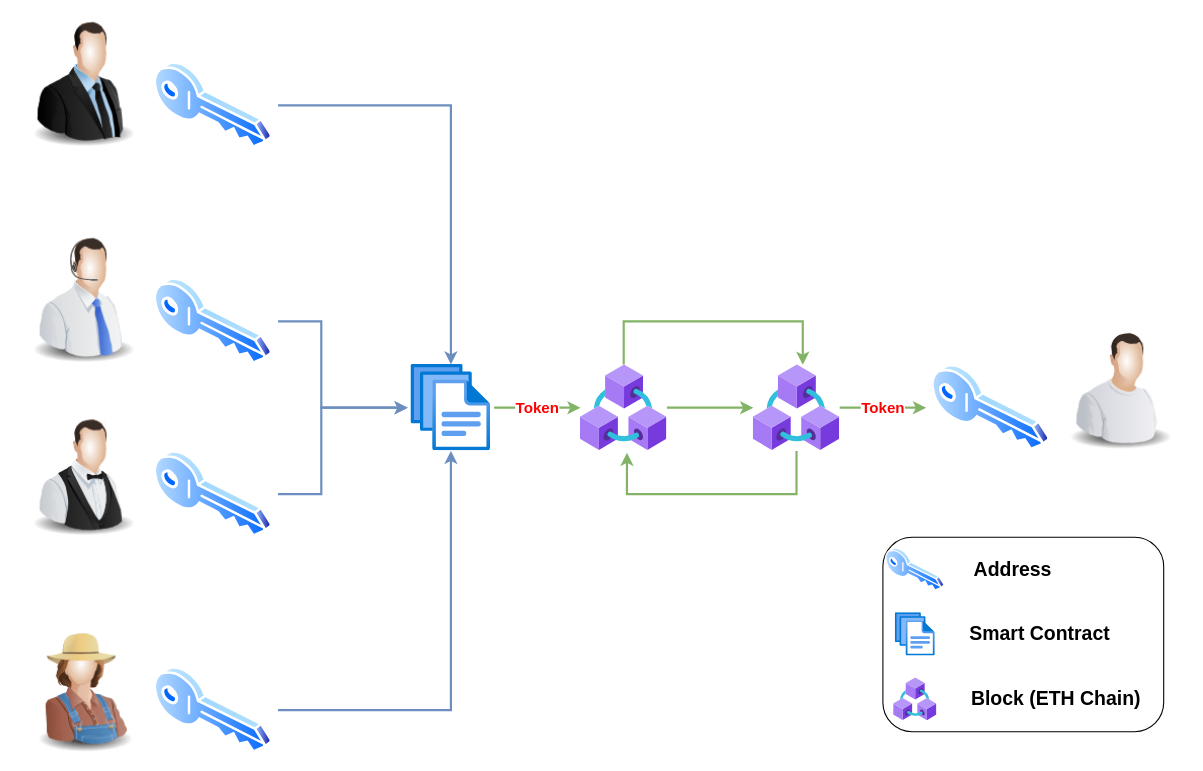
hanggaa/Diagram keeps this draw.io diagram as page "Safe Architecture" (1 of 3) of Unique/Paper Safe Wallet.drawio. Above is the earlier version. Source tidied: cells renumbered, new cells numbered last; positions are measured from the earlier drawing's top-left corner, leaving out a move shared by most shapes. Both pictures are drawn from the tidied source at 108%, with x=0, y=0 at pixel (18, 18).
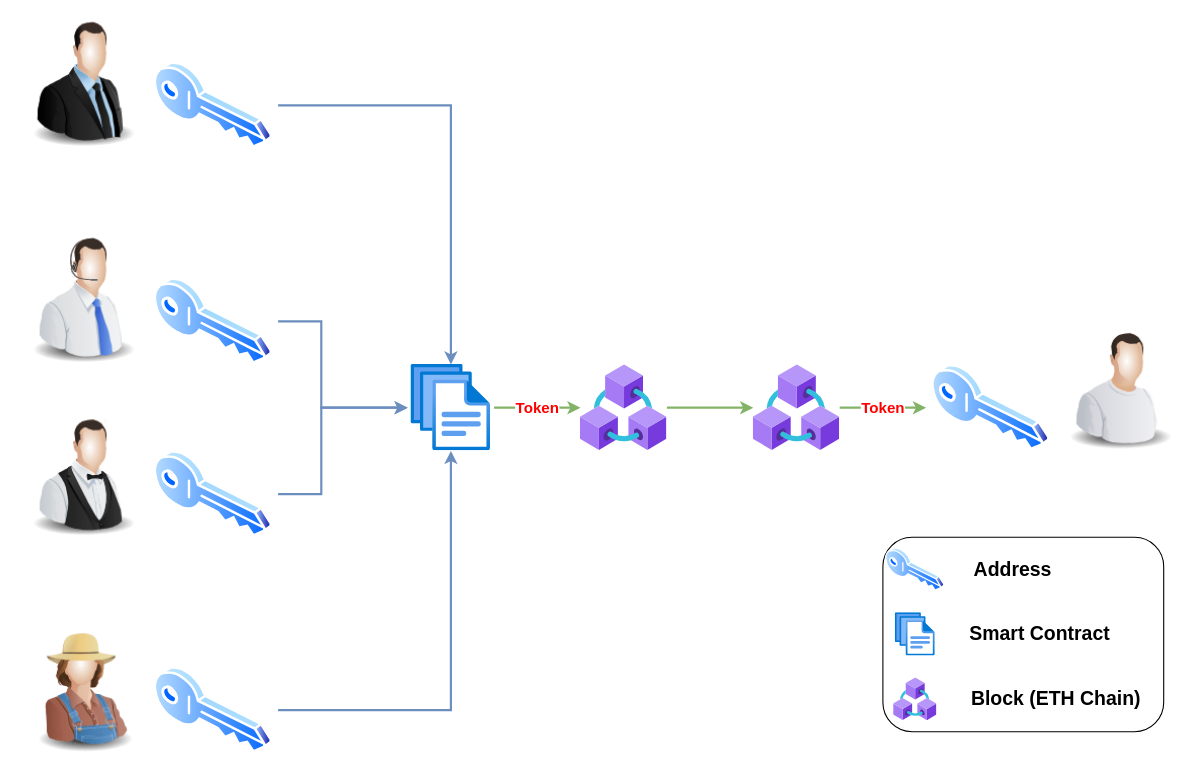
After the change.

The change refers to these unchanged cells:
```xml
<mxCell id="17" style="image;html=1;points=[];align=center;fontSize=12;image=img/lib/azure2/blockchain/Azure_Blockchain_Service.svg;" parent="1" vertex="1">
  <mxGeometry x="520" y="320" width="80" height="80" as="geometry" />
</mxCell>
<mxCell id="20" style="image;html=1;points=[];align=center;fontSize=12;image=img/lib/azure2/blockchain/Azure_Blockchain_Service.svg;" parent="1" vertex="1">
  <mxGeometry x="680" y="320" width="80" height="80" as="geometry" />
</mxCell>
```

The edit, as a diff of the source:
```diff
@@
-    <mxCell id="16" style="edgeStyle=orthogonalEdgeStyle;rounded=0;jettySize=auto;html=1;entryX=0.573;entryY=0.004;entryDx=0;entryDy=0;entryPerimeter=0;strokeWidth=2;fillColor=#d5e8d4;strokeColor=#82b366;" parent="1" edge="1" source="17" target="20">
-      <mxGeometry relative="1" as="geometry">
-        <Array as="points">
-          <mxPoint x="560" y="280" />
-          <mxPoint x="726" y="280" />
-        </Array>
-      </mxGeometry>
-    </mxCell>
@@
-    <mxCell id="18" style="edgeStyle=orthogonalEdgeStyle;rounded=0;jettySize=auto;html=1;entryX=0.538;entryY=1.021;entryDx=0;entryDy=0;entryPerimeter=0;fillColor=#d5e8d4;strokeColor=#82b366;strokeWidth=2;" parent="1" edge="1" source="20" target="17">
-      <mxGeometry relative="1" as="geometry">
-        <Array as="points">
-          <mxPoint x="720" y="440" />
-          <mxPoint x="563" y="440" />
-        </Array>
-      </mxGeometry>
-    </mxCell>
```
